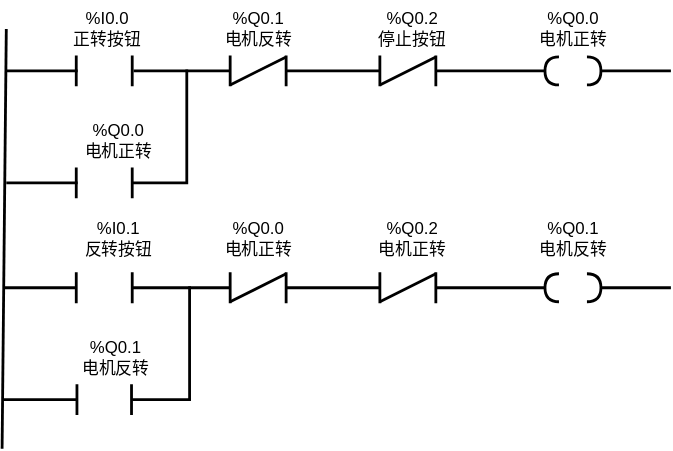
Above: drawio/ZhengFanZhuan.svg in Stolorzs/Picgo (draw.io), before the change. Source tidied: cells renumbered, new cells last; positions are measured from the earlier drawing's top-left corner, leaving out a move shared by most shapes.
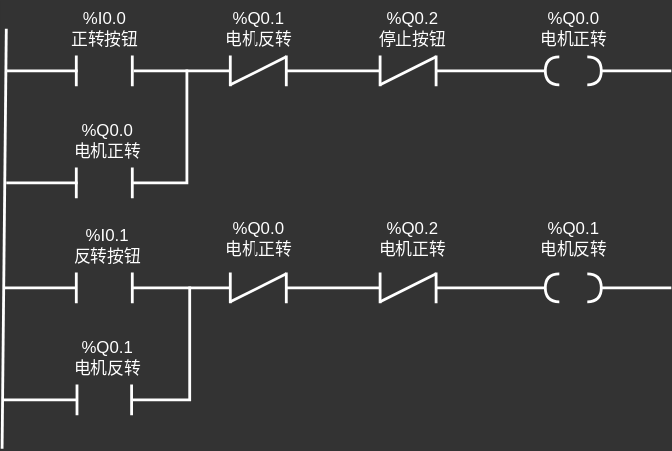
After the change.

The edit, as a diff of the source:
```diff
@@ -1,157 +1,157 @@
-<mxGraphModel background="#FFFFFF">
+<mxGraphModel background="#333333">
   <root>
     <mxCell id="0" />
     <mxCell id="1" parent="0" />
-    <mxCell id="2" style="shape=partialRectangle;whiteSpace=wrap;html=1;bottom=0;top=0;fillColor=none;strokeWidth=2;" parent="1" vertex="1">
+    <mxCell id="2" style="shape=partialRectangle;whiteSpace=wrap;html=1;bottom=0;top=0;fillColor=none;strokeWidth=2;strokeColor=#FFFFFF;fontColor=#FFFFFF;" parent="1" vertex="1">
       <mxGeometry x="53" y="40" width="40" height="20" as="geometry" />
     </mxCell>
-    <mxCell id="3" style="line;strokeWidth=2;html=1;" parent="1" vertex="1">
+    <mxCell id="3" style="line;strokeWidth=2;html=1;strokeColor=#FFFFFF;fontColor=#FFFFFF;" parent="1" vertex="1">
       <mxGeometry x="3" y="45" width="51" height="10" as="geometry" />
     </mxCell>
-    <mxCell id="4" value="&lt;div&gt;%I0.0&lt;/div&gt;正转按钮" style="text;html=1;align=center;verticalAlign=middle;strokeColor=none;fillColor=none;" parent="1" vertex="1">
-      <mxGeometry x="40" width="70" height="40" as="geometry" />
+    <mxCell id="4" value="&lt;div&gt;%I0.0&lt;/div&gt;正转按钮" style="text;html=1;align=center;verticalAlign=middle;strokeColor=none;fillColor=none;fontColor=#FFFFFF;" parent="1" vertex="1">
+      <mxGeometry x="38" width="70" height="40" as="geometry" />
     </mxCell>
-    <mxCell id="5" style="group;" parent="1" vertex="1">
+    <mxCell id="5" style="group;strokeColor=none;fontColor=#FFFFFF;" parent="1" vertex="1">
       <mxGeometry x="163" y="40" width="40" height="20" as="geometry" />
     </mxCell>
-    <mxCell id="6" style="shape=partialRectangle;whiteSpace=wrap;html=1;bottom=0;top=0;fillColor=none;strokeWidth=2;" parent="5" vertex="1">
+    <mxCell id="6" style="shape=partialRectangle;whiteSpace=wrap;html=1;bottom=0;top=0;fillColor=none;strokeWidth=2;strokeColor=#FFFFFF;fontColor=#FFFFFF;" parent="5" vertex="1">
       <mxGeometry width="40" height="20" as="geometry" />
     </mxCell>
-    <mxCell id="7" style="endArrow=none;html=1;rounded=0;strokeWidth=2;entryX=1;entryY=0;entryDx=0;entryDy=0;" parent="5" edge="1" target="6">
+    <mxCell id="7" style="endArrow=none;html=1;rounded=0;strokeWidth=2;entryX=1;entryY=0;entryDx=0;entryDy=0;strokeColor=#FFFFFF;fontColor=#FFFFFF;" parent="5" edge="1" target="6">
       <mxGeometry relative="1" as="geometry">
         <mxPoint y="20" as="sourcePoint" />
       </mxGeometry>
     </mxCell>
-    <mxCell id="8" style="line;strokeWidth=2;html=1;" parent="1" vertex="1">
+    <mxCell id="8" style="line;strokeWidth=2;html=1;strokeColor=#FFFFFF;fontColor=#FFFFFF;" parent="1" vertex="1">
       <mxGeometry x="94" y="45" width="69" height="10" as="geometry" />
     </mxCell>
-    <mxCell id="9" value="&lt;div&gt;%Q0.1&lt;/div&gt;电机反转" style="text;html=1;align=center;verticalAlign=middle;strokeColor=none;fillColor=none;" parent="1" vertex="1">
+    <mxCell id="9" value="&lt;div&gt;%Q0.1&lt;/div&gt;电机反转" style="text;html=1;align=center;verticalAlign=middle;strokeColor=none;fillColor=none;fontColor=#FFFFFF;" parent="1" vertex="1">
       <mxGeometry x="148" width="70" height="40" as="geometry" />
     </mxCell>
-    <mxCell id="10" style="line;strokeWidth=2;html=1;" parent="1" vertex="1">
+    <mxCell id="10" style="line;strokeWidth=2;html=1;strokeColor=#FFFFFF;fontColor=#FFFFFF;" parent="1" vertex="1">
       <mxGeometry x="203" y="45" width="67" height="10" as="geometry" />
     </mxCell>
-    <mxCell id="11" style="endArrow=none;html=1;rounded=0;strokeWidth=2;" parent="1" edge="1">
+    <mxCell id="11" style="endArrow=none;html=1;rounded=0;strokeWidth=2;strokeColor=#FFFFFF;fontColor=#FFFFFF;" parent="1" edge="1">
       <mxGeometry relative="1" as="geometry">
         <mxPoint y="320" as="sourcePoint" />
         <mxPoint x="3" y="20" as="targetPoint" />
       </mxGeometry>
     </mxCell>
-    <mxCell id="12" style="group;" parent="1" vertex="1">
+    <mxCell id="12" style="group;strokeColor=none;fontColor=#FFFFFF;" parent="1" vertex="1">
       <mxGeometry x="270" y="40" width="40" height="20" as="geometry" />
     </mxCell>
-    <mxCell id="13" style="shape=partialRectangle;whiteSpace=wrap;html=1;bottom=0;top=0;fillColor=none;strokeWidth=2;" parent="12" vertex="1">
+    <mxCell id="13" style="shape=partialRectangle;whiteSpace=wrap;html=1;bottom=0;top=0;fillColor=none;strokeWidth=2;strokeColor=#FFFFFF;fontColor=#FFFFFF;" parent="12" vertex="1">
       <mxGeometry width="40" height="20" as="geometry" />
     </mxCell>
-    <mxCell id="14" style="endArrow=none;html=1;rounded=0;strokeWidth=2;entryX=1;entryY=0;entryDx=0;entryDy=0;" parent="12" edge="1" target="13">
+    <mxCell id="14" style="endArrow=none;html=1;rounded=0;strokeWidth=2;entryX=1;entryY=0;entryDx=0;entryDy=0;strokeColor=#FFFFFF;fontColor=#FFFFFF;" parent="12" edge="1" target="13">
       <mxGeometry relative="1" as="geometry">
         <mxPoint y="20" as="sourcePoint" />
       </mxGeometry>
     </mxCell>
-    <mxCell id="15" style="line;strokeWidth=2;html=1;" parent="1" vertex="1">
+    <mxCell id="15" style="line;strokeWidth=2;html=1;strokeColor=#FFFFFF;fontColor=#FFFFFF;" parent="1" vertex="1">
       <mxGeometry x="310" y="45" width="78" height="10" as="geometry" />
     </mxCell>
-    <mxCell id="16" value="&lt;div&gt;%Q0.2&lt;/div&gt;停止按钮" style="text;html=1;align=center;verticalAlign=middle;strokeColor=none;fillColor=none;" parent="1" vertex="1">
+    <mxCell id="16" value="&lt;div&gt;%Q0.2&lt;/div&gt;停止按钮" style="text;html=1;align=center;verticalAlign=middle;strokeColor=none;fillColor=none;fontColor=#FFFFFF;" parent="1" vertex="1">
       <mxGeometry x="258" width="70" height="40" as="geometry" />
     </mxCell>
-    <mxCell id="17" value="&lt;div&gt;%Q0.0&lt;/div&gt;电机正转" style="text;html=1;align=center;verticalAlign=middle;strokeColor=none;fillColor=none;" parent="1" vertex="1">
+    <mxCell id="17" value="&lt;div&gt;%Q0.0&lt;/div&gt;电机正转" style="text;html=1;align=center;verticalAlign=middle;strokeColor=none;fillColor=none;fontColor=#FFFFFF;" parent="1" vertex="1">
       <mxGeometry x="373" width="70" height="40" as="geometry" />
     </mxCell>
-    <mxCell id="18" style="group;" parent="1" vertex="1">
+    <mxCell id="18" style="group;strokeColor=none;fontColor=#FFFFFF;" parent="1" vertex="1">
       <mxGeometry x="388" y="195" width="40" height="20" as="geometry" />
     </mxCell>
-    <mxCell id="19" style="shape=requiredInterface;html=1;verticalLabelPosition=bottom;sketch=0;strokeWidth=2;fillColor=none;" parent="18" vertex="1">
+    <mxCell id="19" style="shape=requiredInterface;html=1;verticalLabelPosition=bottom;sketch=0;strokeWidth=2;fillColor=none;strokeColor=#FFFFFF;fontColor=#FFFFFF;" parent="18" vertex="1">
       <mxGeometry x="30" width="10" height="20" as="geometry" />
     </mxCell>
-    <mxCell id="20" style="shape=requiredInterface;html=1;verticalLabelPosition=bottom;sketch=0;strokeWidth=2;rotation=-180;fillColor=none;" parent="18" vertex="1">
+    <mxCell id="20" style="shape=requiredInterface;html=1;verticalLabelPosition=bottom;sketch=0;strokeWidth=2;rotation=-180;fillColor=none;strokeColor=#FFFFFF;fontColor=#FFFFFF;" parent="18" vertex="1">
       <mxGeometry width="10" height="20" as="geometry" />
     </mxCell>
-    <mxCell id="21" style="line;strokeWidth=2;html=1;" parent="1" vertex="1">
+    <mxCell id="21" style="line;strokeWidth=2;html=1;strokeColor=#FFFFFF;fontColor=#FFFFFF;" parent="1" vertex="1">
       <mxGeometry x="428" y="45" width="50" height="10" as="geometry" />
     </mxCell>
-    <mxCell id="22" style="line;strokeWidth=2;html=1;" parent="1" vertex="1">
+    <mxCell id="22" style="line;strokeWidth=2;html=1;strokeColor=#FFFFFF;fontColor=#FFFFFF;" parent="1" vertex="1">
       <mxGeometry x="3" y="125" width="51" height="10" as="geometry" />
     </mxCell>
-    <mxCell id="23" style="shape=partialRectangle;whiteSpace=wrap;html=1;bottom=0;top=0;fillColor=none;strokeWidth=2;" parent="1" vertex="1">
+    <mxCell id="23" style="shape=partialRectangle;whiteSpace=wrap;html=1;bottom=0;top=0;fillColor=none;strokeWidth=2;strokeColor=#FFFFFF;fontColor=#FFFFFF;" parent="1" vertex="1">
       <mxGeometry x="53" y="120" width="40" height="20" as="geometry" />
     </mxCell>
-    <mxCell id="24" value="&lt;div&gt;%Q0.0&lt;/div&gt;电机正转" style="text;html=1;align=center;verticalAlign=middle;strokeColor=none;fillColor=none;" parent="1" vertex="1">
-      <mxGeometry x="48" y="80" width="70" height="40" as="geometry" />
+    <mxCell id="24" value="&lt;div&gt;%Q0.0&lt;/div&gt;电机正转" style="text;html=1;align=center;verticalAlign=middle;strokeColor=none;fillColor=none;fontColor=#FFFFFF;" parent="1" vertex="1">
+      <mxGeometry x="40" y="80" width="70" height="40" as="geometry" />
     </mxCell>
-    <mxCell id="25" style="shape=partialRectangle;whiteSpace=wrap;html=1;top=0;left=0;fillColor=none;strokeWidth=2;" parent="1" vertex="1">
+    <mxCell id="25" style="shape=partialRectangle;whiteSpace=wrap;html=1;top=0;left=0;fillColor=none;strokeWidth=2;strokeColor=#FFFFFF;fontColor=#FFFFFF;" parent="1" vertex="1">
       <mxGeometry x="94" y="50" width="38" height="80" as="geometry" />
     </mxCell>
-    <mxCell id="26" style="shape=partialRectangle;whiteSpace=wrap;html=1;bottom=0;top=0;fillColor=none;strokeWidth=2;" parent="1" vertex="1">
+    <mxCell id="26" style="shape=partialRectangle;whiteSpace=wrap;html=1;bottom=0;top=0;fillColor=none;strokeWidth=2;strokeColor=#FFFFFF;fontColor=#FFFFFF;" parent="1" vertex="1">
       <mxGeometry x="53" y="195" width="40" height="20" as="geometry" />
     </mxCell>
-    <mxCell id="27" style="line;strokeWidth=2;html=1;" parent="1" vertex="1">
+    <mxCell id="27" style="line;strokeWidth=2;html=1;strokeColor=#FFFFFF;fontColor=#FFFFFF;" parent="1" vertex="1">
       <mxGeometry x="2" y="200" width="51" height="10" as="geometry" />
     </mxCell>
-    <mxCell id="28" value="&lt;div&gt;%I0.1&lt;/div&gt;反转按钮" style="text;html=1;align=center;verticalAlign=middle;strokeColor=none;fillColor=none;" parent="1" vertex="1">
-      <mxGeometry x="48" y="150" width="70" height="40" as="geometry" />
+    <mxCell id="28" value="&lt;div&gt;%I0.1&lt;/div&gt;反转按钮" style="text;html=1;align=center;verticalAlign=middle;strokeColor=none;fillColor=none;fontColor=#FFFFFF;" parent="1" vertex="1">
+      <mxGeometry x="40" y="155" width="70" height="40" as="geometry" />
     </mxCell>
-    <mxCell id="29" style="line;strokeWidth=2;html=1;" parent="1" vertex="1">
+    <mxCell id="29" style="line;strokeWidth=2;html=1;strokeColor=#FFFFFF;fontColor=#FFFFFF;" parent="1" vertex="1">
       <mxGeometry x="93" y="200" width="70" height="10" as="geometry" />
     </mxCell>
-    <mxCell id="30" style="group;" parent="1" vertex="1">
+    <mxCell id="30" style="group;strokeColor=none;fontColor=#FFFFFF;" parent="1" vertex="1">
       <mxGeometry x="163" y="195" width="40" height="20" as="geometry" />
     </mxCell>
-    <mxCell id="31" style="shape=partialRectangle;whiteSpace=wrap;html=1;bottom=0;top=0;fillColor=none;strokeWidth=2;" parent="30" vertex="1">
+    <mxCell id="31" style="shape=partialRectangle;whiteSpace=wrap;html=1;bottom=0;top=0;fillColor=none;strokeWidth=2;strokeColor=#FFFFFF;fontColor=#FFFFFF;" parent="30" vertex="1">
       <mxGeometry width="40" height="20" as="geometry" />
     </mxCell>
-    <mxCell id="32" style="endArrow=none;html=1;rounded=0;strokeWidth=2;entryX=1;entryY=0;entryDx=0;entryDy=0;" parent="30" edge="1" target="31">
+    <mxCell id="32" style="endArrow=none;html=1;rounded=0;strokeWidth=2;entryX=1;entryY=0;entryDx=0;entryDy=0;strokeColor=#FFFFFF;fontColor=#FFFFFF;" parent="30" edge="1" target="31">
       <mxGeometry relative="1" as="geometry">
         <mxPoint y="20" as="sourcePoint" />
       </mxGeometry>
     </mxCell>
-    <mxCell id="33" value="&lt;div&gt;%Q0.0&lt;/div&gt;电机正转" style="text;html=1;align=center;verticalAlign=middle;strokeColor=none;fillColor=none;" parent="1" vertex="1">
+    <mxCell id="33" value="&lt;div&gt;%Q0.0&lt;/div&gt;电机正转" style="text;html=1;align=center;verticalAlign=middle;strokeColor=none;fillColor=none;fontColor=#FFFFFF;" parent="1" vertex="1">
       <mxGeometry x="148" y="150" width="70" height="40" as="geometry" />
     </mxCell>
-    <mxCell id="34" value="&lt;div&gt;%Q0.2&lt;/div&gt;电机正转" style="text;html=1;align=center;verticalAlign=middle;strokeColor=none;fillColor=none;" parent="1" vertex="1">
+    <mxCell id="34" value="&lt;div&gt;%Q0.2&lt;/div&gt;电机正转" style="text;html=1;align=center;verticalAlign=middle;strokeColor=none;fillColor=none;fontColor=#FFFFFF;" parent="1" vertex="1">
       <mxGeometry x="258" y="150" width="70" height="40" as="geometry" />
     </mxCell>
-    <mxCell id="35" style="line;strokeWidth=2;html=1;" parent="1" vertex="1">
+    <mxCell id="35" style="line;strokeWidth=2;html=1;strokeColor=#FFFFFF;fontColor=#FFFFFF;" parent="1" vertex="1">
       <mxGeometry x="203" y="200" width="67" height="10" as="geometry" />
     </mxCell>
-    <mxCell id="36" style="group;" parent="1" vertex="1">
+    <mxCell id="36" style="group;strokeColor=none;fontColor=#FFFFFF;" parent="1" vertex="1">
       <mxGeometry x="270" y="195" width="40" height="20" as="geometry" />
     </mxCell>
-    <mxCell id="37" style="shape=partialRectangle;whiteSpace=wrap;html=1;bottom=0;top=0;fillColor=none;strokeWidth=2;" parent="36" vertex="1">
+    <mxCell id="37" style="shape=partialRectangle;whiteSpace=wrap;html=1;bottom=0;top=0;fillColor=none;strokeWidth=2;strokeColor=#FFFFFF;fontColor=#FFFFFF;" parent="36" vertex="1">
       <mxGeometry width="40" height="20" as="geometry" />
     </mxCell>
-    <mxCell id="38" style="endArrow=none;html=1;rounded=0;strokeWidth=2;entryX=1;entryY=0;entryDx=0;entryDy=0;" parent="36" edge="1" target="37">
+    <mxCell id="38" style="endArrow=none;html=1;rounded=0;strokeWidth=2;entryX=1;entryY=0;entryDx=0;entryDy=0;strokeColor=#FFFFFF;fontColor=#FFFFFF;" parent="36" edge="1" target="37">
       <mxGeometry relative="1" as="geometry">
         <mxPoint y="20" as="sourcePoint" />
       </mxGeometry>
     </mxCell>
-    <mxCell id="39" style="group;" parent="1" vertex="1">
+    <mxCell id="39" style="group;strokeColor=none;fontColor=#FFFFFF;" parent="1" vertex="1">
       <mxGeometry x="388" y="40" width="40" height="20" as="geometry" />
     </mxCell>
-    <mxCell id="40" style="shape=requiredInterface;html=1;verticalLabelPosition=bottom;sketch=0;strokeWidth=2;fillColor=none;" parent="39" vertex="1">
+    <mxCell id="40" style="shape=requiredInterface;html=1;verticalLabelPosition=bottom;sketch=0;strokeWidth=2;fillColor=none;strokeColor=#FFFFFF;fontColor=#FFFFFF;" parent="39" vertex="1">
       <mxGeometry x="30" width="10" height="20" as="geometry" />
     </mxCell>
-    <mxCell id="41" style="shape=requiredInterface;html=1;verticalLabelPosition=bottom;sketch=0;strokeWidth=2;rotation=-180;fillColor=none;" parent="39" vertex="1">
+    <mxCell id="41" style="shape=requiredInterface;html=1;verticalLabelPosition=bottom;sketch=0;strokeWidth=2;rotation=-180;fillColor=none;strokeColor=#FFFFFF;fontColor=#FFFFFF;" parent="39" vertex="1">
       <mxGeometry width="10" height="20" as="geometry" />
     </mxCell>
-    <mxCell id="42" style="line;strokeWidth=2;html=1;" parent="1" vertex="1">
+    <mxCell id="42" style="line;strokeWidth=2;html=1;strokeColor=#FFFFFF;fontColor=#FFFFFF;" parent="1" vertex="1">
       <mxGeometry x="310" y="200" width="78" height="10" as="geometry" />
     </mxCell>
-    <mxCell id="43" style="line;strokeWidth=2;html=1;" parent="1" vertex="1">
+    <mxCell id="43" style="line;strokeWidth=2;html=1;strokeColor=#FFFFFF;fontColor=#FFFFFF;" parent="1" vertex="1">
       <mxGeometry x="428" y="200" width="50" height="10" as="geometry" />
     </mxCell>
-    <mxCell id="44" value="&lt;div&gt;%Q0.1&lt;/div&gt;电机反转" style="text;html=1;align=center;verticalAlign=middle;strokeColor=none;fillColor=none;" parent="1" vertex="1">
+    <mxCell id="44" value="&lt;div&gt;%Q0.1&lt;/div&gt;电机反转" style="text;html=1;align=center;verticalAlign=middle;strokeColor=none;fillColor=none;fontColor=#FFFFFF;" parent="1" vertex="1">
       <mxGeometry x="373" y="150" width="70" height="40" as="geometry" />
     </mxCell>
-    <mxCell id="45" style="line;strokeWidth=2;html=1;" parent="1" vertex="1">
+    <mxCell id="45" style="line;strokeWidth=2;html=1;strokeColor=#FFFFFF;fontColor=#FFFFFF;" parent="1" vertex="1">
       <mxGeometry x="1" y="280" width="53" height="10" as="geometry" />
     </mxCell>
-    <mxCell id="46" style="shape=partialRectangle;whiteSpace=wrap;html=1;bottom=0;top=0;fillColor=none;strokeWidth=2;" parent="1" vertex="1">
+    <mxCell id="46" style="shape=partialRectangle;whiteSpace=wrap;html=1;bottom=0;top=0;fillColor=none;strokeWidth=2;strokeColor=#FFFFFF;fontColor=#FFFFFF;" parent="1" vertex="1">
       <mxGeometry x="53.5" y="275" width="39" height="20" as="geometry" />
     </mxCell>
-    <mxCell id="47" value="&lt;div&gt;%Q0.1&lt;/div&gt;电机反转" style="text;html=1;align=center;verticalAlign=middle;strokeColor=none;fillColor=none;" parent="1" vertex="1">
-      <mxGeometry x="46" y="235" width="70" height="40" as="geometry" />
+    <mxCell id="47" value="&lt;div&gt;%Q0.1&lt;/div&gt;电机反转" style="text;html=1;align=center;verticalAlign=middle;strokeColor=none;fillColor=none;fontColor=#FFFFFF;" parent="1" vertex="1">
+      <mxGeometry x="40" y="235" width="70" height="40" as="geometry" />
     </mxCell>
-    <mxCell id="48" style="shape=partialRectangle;whiteSpace=wrap;html=1;top=0;left=0;fillColor=none;strokeWidth=2;" parent="1" vertex="1">
+    <mxCell id="48" style="shape=partialRectangle;whiteSpace=wrap;html=1;top=0;left=0;fillColor=none;strokeWidth=2;strokeColor=#FFFFFF;fontColor=#FFFFFF;" parent="1" vertex="1">
       <mxGeometry x="94" y="205" width="40" height="80" as="geometry" />
     </mxCell>
   </root>
```
